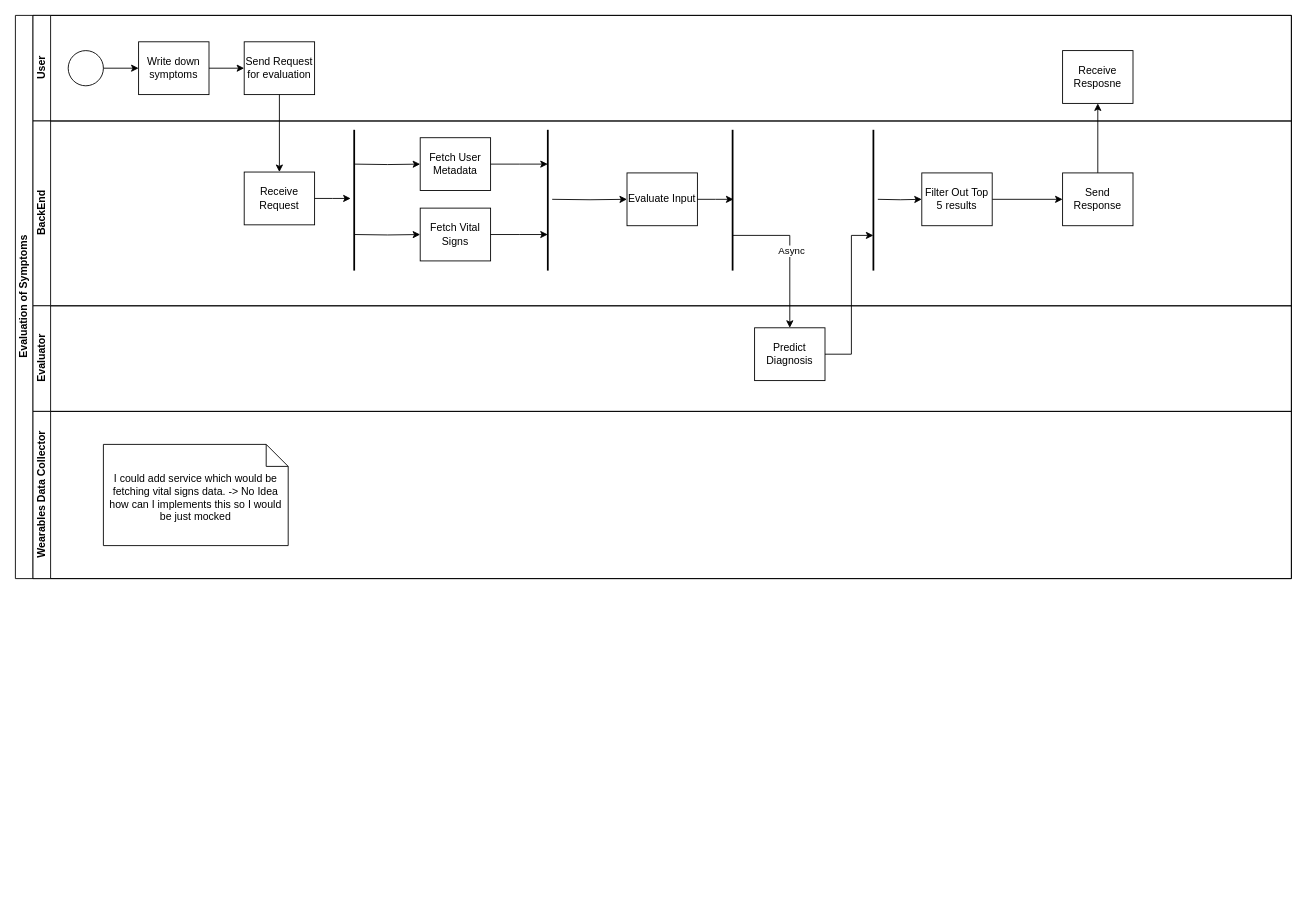
hollepat/VirtualDoctor_ keeps this draw.io diagram as diagrams/BusinessProcessDiagram.drawio. Above is the earlier version. Source tidied: cells renumbered, new cells numbered last; positions are measured from the earlier drawing's top-left corner, leaving out a move shared by most shapes. Both pictures are drawn from the tidied source at 88%, with x=0, y=0 at pixel (15, 15).
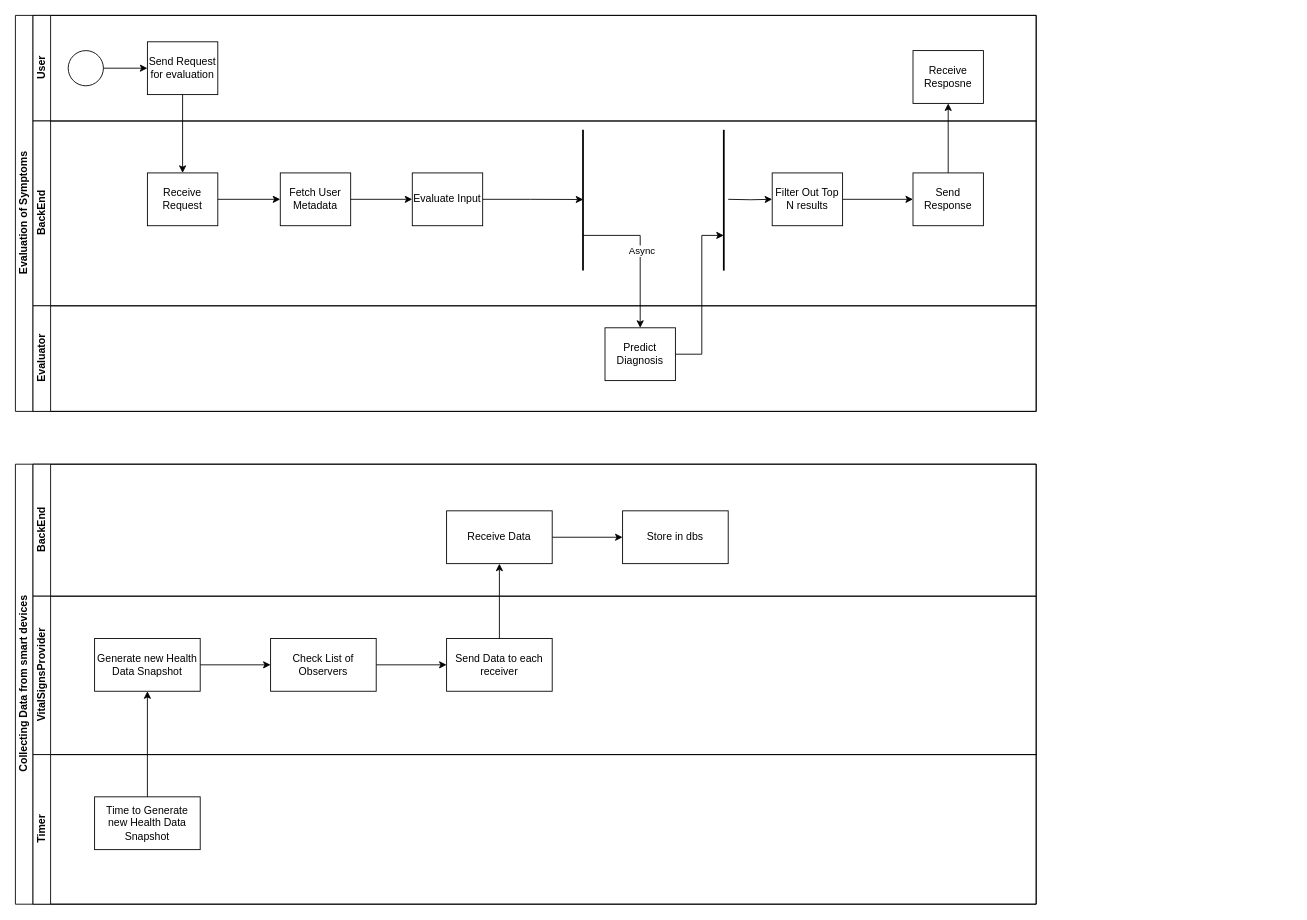
The same diagram, later.

The change refers to these unchanged cells:
```xml
<mxCell id="5" style="ellipse;whiteSpace=wrap;html=1;" parent="3" vertex="1">
  <mxGeometry x="40" y="40" width="40" height="40" as="geometry" />
</mxCell>
```

Change to the diagram source:
```diff
@@
     <mxCell id="2" value="Evaluation of Symptoms" style="swimlane;html=1;horizontal=0;startSize=20;flipV=1;flipH=0;direction=east;" parent="1" vertex="1">
-      <mxGeometry width="1450" height="640" as="geometry" />
+      <mxGeometry width="1160" height="450" as="geometry" />
     </mxCell>
     <mxCell id="3" value="User" style="swimlane;html=1;startSize=20;horizontal=0;" parent="2" vertex="1">
-      <mxGeometry x="20" width="1430" height="120" as="geometry" />
+      <mxGeometry x="20" width="1140" height="120" as="geometry" />
     </mxCell>
-    <mxCell id="4" style="edgeStyle=orthogonalEdgeStyle;rounded=0;jettySize=auto;html=1;entryX=0;entryY=0.5;entryDx=0;entryDy=0;exitX=1;exitY=0.5;exitDx=0;exitDy=0;" parent="3" edge="1" source="5" target="7">
+    <mxCell id="4" style="edgeStyle=orthogonalEdgeStyle;rounded=0;jettySize=auto;html=1;entryX=0;entryY=0.5;entryDx=0;entryDy=0;exitX=1;exitY=0.5;exitDx=0;exitDy=0;" parent="3" edge="1" source="5" target="8">
       <mxGeometry relative="1" as="geometry" />
     </mxCell>
@@
-    <mxCell id="6" style="edgeStyle=orthogonalEdgeStyle;rounded=0;jettySize=auto;html=1;entryX=0;entryY=0.5;entryDx=0;entryDy=0;exitX=1;exitY=0.5;exitDx=0;exitDy=0;" parent="3" edge="1" source="7" target="8">
-      <mxGeometry relative="1" as="geometry" />
-    </mxCell>
-    <mxCell id="7" value="Write down symptoms" style="rounded=0;whiteSpace=wrap;html=1;fontFamily=Helvetica;fontSize=12;fontColor=#000000;align=center;" parent="3" vertex="1">
-      <mxGeometry x="120" y="30" width="80" height="60" as="geometry" />
-    </mxCell>
     <mxCell id="8" value="Send Request for evaluation" style="rounded=0;whiteSpace=wrap;html=1;fontFamily=Helvetica;fontSize=12;fontColor=#000000;align=center;" parent="3" vertex="1">
-      <mxGeometry x="240" y="30" width="80" height="60" as="geometry" />
+      <mxGeometry x="130" y="30" width="80" height="60" as="geometry" />
     </mxCell>
     <mxCell id="9" value="BackEnd" style="swimlane;html=1;startSize=20;horizontal=0;" parent="2" vertex="1">
-      <mxGeometry x="20" y="120" width="1430" height="210" as="geometry" />
+      <mxGeometry x="20" y="120" width="1140" height="210" as="geometry" />
     </mxCell>
     <mxCell id="10" value="Receive Request" style="rounded=0;whiteSpace=wrap;html=1;fontFamily=Helvetica;fontSize=12;fontColor=#000000;align=center;" parent="9" vertex="1">
-      <mxGeometry x="240" y="58" width="80" height="60" as="geometry" />
+      <mxGeometry x="130" y="59" width="80" height="60" as="geometry" />
     </mxCell>
     <mxCell id="11" value="Fetch User Metadata" style="rounded=0;whiteSpace=wrap;html=1;fontFamily=Helvetica;fontSize=12;fontColor=#000000;align=center;fillColor=default;" parent="9" vertex="1">
-      <mxGeometry x="440" y="19" width="80" height="60" as="geometry" />
+      <mxGeometry x="281" y="59" width="80" height="60" as="geometry" />
     </mxCell>
-    <mxCell id="12" value="Fetch Vital Signs" style="rounded=0;whiteSpace=wrap;html=1;fontFamily=Helvetica;fontSize=12;fontColor=#000000;align=center;" parent="9" vertex="1">
-      <mxGeometry x="440" y="99" width="80" height="60" as="geometry" />
-    </mxCell>
-    <mxCell id="13" style="edgeStyle=orthogonalEdgeStyle;rounded=0;jettySize=auto;html=1;entryX=0;entryY=0.5;entryDx=0;entryDy=0;exitX=0.25;exitY=0.5;exitDx=0;exitDy=0;exitPerimeter=0;" parent="9" edge="1" target="11">
-      <mxGeometry relative="1" as="geometry">
-        <mxPoint x="365" y="49" as="sourcePoint" />
-      </mxGeometry>
-    </mxCell>
-    <mxCell id="14" style="edgeStyle=orthogonalEdgeStyle;rounded=0;jettySize=auto;html=1;entryX=0;entryY=0.5;entryDx=0;entryDy=0;exitX=0.75;exitY=0.5;exitDx=0;exitDy=0;exitPerimeter=0;" parent="9" edge="1" target="12">
-      <mxGeometry relative="1" as="geometry">
-        <mxPoint x="365" y="129" as="sourcePoint" />
-      </mxGeometry>
-    </mxCell>
-    <mxCell id="15" style="line;strokeWidth=2;direction=south;html=1;" parent="9" vertex="1">
-      <mxGeometry x="360" y="10" width="10" height="160" as="geometry" />
-    </mxCell>
-    <mxCell id="16" style="edgeStyle=orthogonalEdgeStyle;rounded=0;jettySize=auto;html=1;entryX=0.494;entryY=0.9;entryDx=0;entryDy=0;entryPerimeter=0;" parent="9" edge="1" source="10">
-      <mxGeometry relative="1" as="geometry">
-        <mxPoint x="361" y="88" as="targetPoint" />
-      </mxGeometry>
+    <mxCell id="16" style="edgeStyle=orthogonalEdgeStyle;rounded=0;jettySize=auto;html=1;entryX=0;entryY=0.5;entryDx=0;entryDy=0;" parent="9" edge="1" source="10" target="11">
+      <mxGeometry relative="1" as="geometry" />
     </mxCell>
-    <mxCell id="17" style="edgeStyle=orthogonalEdgeStyle;rounded=0;jettySize=auto;html=1;entryX=0;entryY=0.5;entryDx=0;entryDy=0;" parent="9" edge="1" target="21">
-      <mxGeometry relative="1" as="geometry">
-        <mxPoint x="590" y="89" as="sourcePoint" />
-      </mxGeometry>
+    <mxCell id="17" style="edgeStyle=orthogonalEdgeStyle;rounded=0;jettySize=auto;html=1;entryX=0;entryY=0.5;entryDx=0;entryDy=0;exitX=1;exitY=0.5;exitDx=0;exitDy=0;" parent="9" edge="1" source="11" target="21">
+      <mxGeometry relative="1" as="geometry" />
     </mxCell>
-    <mxCell id="18" style="line;strokeWidth=2;direction=south;html=1;" parent="9" vertex="1">
-      <mxGeometry x="580" y="10" width="10" height="160" as="geometry" />
-    </mxCell>
-    <mxCell id="19" style="edgeStyle=orthogonalEdgeStyle;rounded=0;jettySize=auto;html=1;entryX=0.25;entryY=0.5;entryDx=0;entryDy=0;entryPerimeter=0;exitX=1;exitY=0.5;exitDx=0;exitDy=0;" parent="9" edge="1" source="11">
-      <mxGeometry relative="1" as="geometry">
-        <mxPoint x="585" y="49" as="targetPoint" />
-      </mxGeometry>
-    </mxCell>
-    <mxCell id="20" style="edgeStyle=orthogonalEdgeStyle;rounded=0;jettySize=auto;html=1;entryX=0.75;entryY=0.5;entryDx=0;entryDy=0;entryPerimeter=0;exitX=1;exitY=0.5;exitDx=0;exitDy=0;" parent="9" edge="1" source="12">
-      <mxGeometry relative="1" as="geometry">
-        <mxPoint x="585" y="129" as="targetPoint" />
-      </mxGeometry>
-    </mxCell>
     <mxCell id="21" value="Evaluate Input" style="rounded=0;whiteSpace=wrap;html=1;fontFamily=Helvetica;fontSize=12;fontColor=#000000;align=center;" parent="9" vertex="1">
-      <mxGeometry x="675" y="59" width="80" height="60" as="geometry" />
+      <mxGeometry x="431" y="59" width="80" height="60" as="geometry" />
     </mxCell>
     <mxCell id="22" style="line;strokeWidth=2;direction=south;html=1;" parent="9" vertex="1">
-      <mxGeometry x="790" y="10" width="10" height="160" as="geometry" />
+      <mxGeometry x="620" y="10" width="10" height="160" as="geometry" />
     </mxCell>
-    <mxCell id="23" style="edgeStyle=orthogonalEdgeStyle;rounded=0;jettySize=auto;html=1;entryX=0.5;entryY=0.4;entryDx=0;entryDy=0;entryPerimeter=0;" parent="9" edge="1" source="21">
-      <mxGeometry relative="1" as="geometry">
-        <mxPoint x="796" y="89" as="targetPoint" />
-      </mxGeometry>
-    </mxCell>
     <mxCell id="24" style="edgeStyle=orthogonalEdgeStyle;rounded=0;jettySize=auto;html=1;entryX=0;entryY=0.5;entryDx=0;entryDy=0;" parent="9" edge="1" target="27">
       <mxGeometry relative="1" as="geometry">
-        <mxPoint x="960" y="89" as="sourcePoint" />
+        <mxPoint x="790" y="89" as="sourcePoint" />
       </mxGeometry>
     </mxCell>
     <mxCell id="25" style="line;strokeWidth=2;direction=south;html=1;" parent="9" vertex="1">
-      <mxGeometry x="950" y="10" width="10" height="160" as="geometry" />
+      <mxGeometry x="780" y="10" width="10" height="160" as="geometry" />
     </mxCell>
@@
-    <mxCell id="27" value="Filter Out Top 5 results" style="rounded=0;whiteSpace=wrap;html=1;fontFamily=Helvetica;fontSize=12;fontColor=#000000;align=center;" parent="9" vertex="1">
-      <mxGeometry x="1010" y="59" width="80" height="60" as="geometry" />
+    <mxCell id="27" value="Filter Out Top N results" style="rounded=0;whiteSpace=wrap;html=1;fontFamily=Helvetica;fontSize=12;fontColor=#000000;align=center;" parent="9" vertex="1">
+      <mxGeometry x="840" y="59" width="80" height="60" as="geometry" />
     </mxCell>
@@
     <mxCell id="29" value="Send Response" style="rounded=0;whiteSpace=wrap;html=1;fontFamily=Helvetica;fontSize=12;fontColor=#000000;align=center;" parent="9" vertex="1">
-      <mxGeometry x="1170" y="59" width="80" height="60" as="geometry" />
+      <mxGeometry x="1000" y="59" width="80" height="60" as="geometry" />
     </mxCell>
     <mxCell id="30" value="Receive Resposne" style="rounded=0;whiteSpace=wrap;html=1;fontFamily=Helvetica;fontSize=12;fontColor=#000000;align=center;" parent="9" vertex="1">
-      <mxGeometry x="1170" y="-80" width="80" height="60" as="geometry" />
+      <mxGeometry x="1000" y="-80" width="80" height="60" as="geometry" />
     </mxCell>
+    <mxCell id="39" style="edgeStyle=orthogonalEdgeStyle;rounded=0;jettySize=auto;html=1;entryX=0.495;entryY=0.465;entryDx=0;entryDy=0;entryPerimeter=0;" parent="9" edge="1" source="21" target="22">
+      <mxGeometry relative="1" as="geometry" />
+    </mxCell>
     <mxCell id="31" value="Evaluator" style="swimlane;html=1;startSize=20;horizontal=0;" parent="2" vertex="1">
-      <mxGeometry x="20" y="330" width="1430" height="120" as="geometry" />
+      <mxGeometry x="20" y="330" width="1140" height="120" as="geometry" />
     </mxCell>
     <mxCell id="32" value="Predict Diagnosis" style="rounded=0;whiteSpace=wrap;html=1;fontFamily=Helvetica;fontSize=12;fontColor=#000000;align=center;" parent="31" vertex="1">
-      <mxGeometry x="820" y="25" width="80" height="60" as="geometry" />
+      <mxGeometry x="650" y="25" width="80" height="60" as="geometry" />
     </mxCell>
-    <mxCell id="33" value="Wearables Data Collector" style="swimlane;html=1;startSize=20;horizontal=0;" parent="2" vertex="1">
-      <mxGeometry x="20" y="450" width="1430" height="190" as="geometry" />
-    </mxCell>
-    <mxCell id="34" value="I could add service which would be fetching vital signs data. -&amp;gt; No Idea how can I implements this so I would be just mocked" style="shape=note2;boundedLbl=1;whiteSpace=wrap;html=1;size=25;verticalAlign=top;align=center;" parent="33" vertex="1">
-      <mxGeometry x="80" y="37.5" width="210" height="115" as="geometry" />
-    </mxCell>
@@
     <mxCell id="38" style="edgeStyle=orthogonalEdgeStyle;rounded=0;jettySize=auto;html=1;entryX=0.75;entryY=0.5;entryDx=0;entryDy=0;entryPerimeter=0;exitX=1;exitY=0.5;exitDx=0;exitDy=0;" parent="2" edge="1" source="32" target="25">
       <mxGeometry relative="1" as="geometry">
         <Array as="points">
-          <mxPoint x="950" y="385" />
-          <mxPoint x="950" y="250" />
+          <mxPoint x="780" y="385" />
+          <mxPoint x="780" y="250" />
         </Array>
       </mxGeometry>
     </mxCell>
+    <mxCell id="40" value="Collecting Data from smart devices" style="swimlane;html=1;horizontal=0;startSize=20;flipV=1;flipH=0;direction=east;" parent="1" vertex="1">
+      <mxGeometry y="510" width="1160" height="500" as="geometry" />
+    </mxCell>
+    <mxCell id="41" value="BackEnd" style="swimlane;html=1;startSize=20;horizontal=0;" parent="40" vertex="1">
+      <mxGeometry x="20" width="1140" height="150" as="geometry" />
+    </mxCell>
+    <mxCell id="42" style="edgeStyle=orthogonalEdgeStyle;rounded=0;jettySize=auto;html=1;" parent="41" edge="1" source="43" target="44">
+      <mxGeometry relative="1" as="geometry" />
+    </mxCell>
+    <mxCell id="43" value="Receive Data" style="whiteSpace=wrap;html=1;rounded=0;" parent="41" vertex="1">
+      <mxGeometry x="470" y="53" width="120" height="60" as="geometry" />
+    </mxCell>
+    <mxCell id="44" value="Store in dbs" style="whiteSpace=wrap;html=1;rounded=0;" parent="41" vertex="1">
+      <mxGeometry x="670" y="53" width="120" height="60" as="geometry" />
+    </mxCell>
+    <mxCell id="45" value="VitalSignsProvider" style="swimlane;html=1;startSize=20;horizontal=0;" parent="40" vertex="1">
+      <mxGeometry x="20" y="150" width="1140" height="180" as="geometry" />
+    </mxCell>
+    <mxCell id="46" style="edgeStyle=orthogonalEdgeStyle;rounded=0;jettySize=auto;html=1;" parent="45" edge="1" source="47" target="49">
+      <mxGeometry relative="1" as="geometry" />
+    </mxCell>
+    <mxCell id="47" value="Generate new Health Data Snapshot" style="rounded=0;whiteSpace=wrap;html=1;" parent="45" vertex="1">
+      <mxGeometry x="70" y="48" width="120" height="60" as="geometry" />
+    </mxCell>
+    <mxCell id="48" style="edgeStyle=orthogonalEdgeStyle;rounded=0;jettySize=auto;html=1;" parent="45" edge="1" source="49" target="50">
+      <mxGeometry relative="1" as="geometry" />
+    </mxCell>
+    <mxCell id="49" value="Check List of Observers" style="whiteSpace=wrap;html=1;rounded=0;" parent="45" vertex="1">
+      <mxGeometry x="270" y="48" width="120" height="60" as="geometry" />
+    </mxCell>
+    <mxCell id="50" value="Send Data to each receiver" style="whiteSpace=wrap;html=1;rounded=0;" parent="45" vertex="1">
+      <mxGeometry x="470" y="48" width="120" height="60" as="geometry" />
+    </mxCell>
+    <mxCell id="51" value="Timer" style="swimlane;html=1;startSize=20;horizontal=0;" parent="40" vertex="1">
+      <mxGeometry x="20" y="330" width="1140" height="170" as="geometry" />
+    </mxCell>
+    <mxCell id="52" value="Time to Generate new Health Data Snapshot" style="rounded=0;whiteSpace=wrap;html=1;" parent="51" vertex="1">
+      <mxGeometry x="70" y="48" width="120" height="60" as="geometry" />
+    </mxCell>
+    <mxCell id="53" style="edgeStyle=orthogonalEdgeStyle;rounded=0;jettySize=auto;html=1;entryX=0.5;entryY=1;entryDx=0;entryDy=0;" parent="40" edge="1" source="52" target="47">
+      <mxGeometry relative="1" as="geometry" />
+    </mxCell>
+    <mxCell id="54" style="edgeStyle=orthogonalEdgeStyle;rounded=0;jettySize=auto;html=1;" parent="40" edge="1" source="50" target="43">
+      <mxGeometry relative="1" as="geometry" />
+    </mxCell>
```
